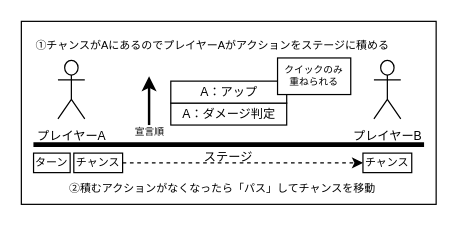
Earlier version of the draw.io diagram source/common/images/action-request1.drawio (BlackPoker/BlackPoker). Source tidied: cells renumbered, new cells numbered last; positions are measured from the earlier drawing's top-left corner, leaving out a move shared by most shapes. Both pictures are drawn from the tidied source at 122%, with x=0, y=0 at pixel (21, 21).
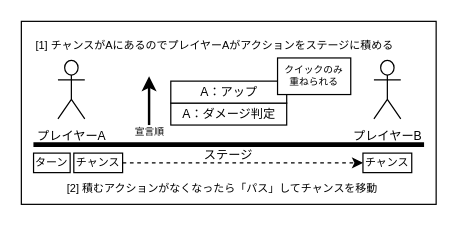
The same page after the edit.

Commit message (it also covers changes not shown here):
docs: add action request diagrams and exported assets

Diff of the diagram source:
```diff
@@
 <mxGraphModel>
   <root>
     <mxCell id="0" />
     <mxCell id="1" parent="0" />
     <mxCell id="2" style="rounded=0;whiteSpace=wrap;html=1;fillColor=#FFFFFF;strokeColor=#000000;gradientColor=none;" parent="1" vertex="1">
       <mxGeometry width="340" height="150" as="geometry" />
     </mxCell>
-    <mxCell id="3" value="&lt;span style=&quot;font-size: 9px;&quot;&gt;①チャンスがAにあるのでプレイヤーAがアクションをステージに積める&lt;/span&gt;" style="text;html=1;strokeColor=none;fillColor=none;align=left;verticalAlign=middle;whiteSpace=wrap;rounded=0;fontColor=#000000;fontSize=9;" parent="1" vertex="1">
+    <mxCell id="3" value="&lt;span style=&quot;font-size: 9px;&quot;&gt;[1] チャンスがAにあるのでプレイヤーAがアクションをステージに積める&lt;/span&gt;" style="text;html=1;strokeColor=none;fillColor=none;align=left;verticalAlign=middle;whiteSpace=wrap;rounded=0;fontColor=#000000;fontSize=9;" parent="1" vertex="1">
       <mxGeometry x="10" y="10" width="320" height="20" as="geometry" />
     </mxCell>
     <mxCell id="4" value="ステージ" style="text;html=1;strokeColor=none;fillColor=none;align=center;verticalAlign=middle;whiteSpace=wrap;rounded=0;fontSize=10;fontColor=#000000;" parent="1" vertex="1">
-      <mxGeometry x="145" y="103" width="50" height="15" as="geometry" />
+      <mxGeometry x="145" y="101" width="50" height="15" as="geometry" />
     </mxCell>
     <mxCell id="5" value="A：ダメージ判定" style="rounded=0;whiteSpace=wrap;html=1;fillColor=#FFFFFF;strokeColor=#000000;fontSize=10;fontColor=#000000;" parent="1" vertex="1">
       <mxGeometry x="122.5" y="67" width="95" height="18" as="geometry" />
     </mxCell>
     <mxCell id="6" value="A：アップ" style="rounded=0;whiteSpace=wrap;html=1;fillColor=#FFFFFF;strokeColor=#000000;fontSize=10;fontColor=#000000;" parent="1" vertex="1">
       <mxGeometry x="122.5" y="49" width="95" height="18" as="geometry" />
     </mxCell>
     <mxCell id="7" style="endArrow=classic;html=1;strokeColor=#000000;strokeWidth=2;" parent="1" edge="1">
       <mxGeometry relative="1" as="geometry">
         <mxPoint x="104.7" y="85" as="sourcePoint" />
         <mxPoint x="104.7" y="45" as="targetPoint" />
       </mxGeometry>
     </mxCell>
     <mxCell id="8" value="宣言順" style="text;html=1;strokeColor=none;fillColor=none;align=center;verticalAlign=middle;whiteSpace=wrap;rounded=0;fontSize=8;fontColor=#000000;" parent="1" vertex="1">
       <mxGeometry x="87.5" y="86" width="35" height="10" as="geometry" />
     </mxCell>
     <mxCell id="9" value="ターン" style="rounded=0;whiteSpace=wrap;html=1;fillColor=#FFFFFF;strokeColor=#000000;fontSize=9;fontColor=#000000;" parent="1" vertex="1">
       <mxGeometry x="10" y="108" width="30" height="16" as="geometry" />
     </mxCell>
     <mxCell id="10" value="チャンス" style="rounded=0;whiteSpace=wrap;html=1;fillColor=#FFFFFF;strokeColor=#000000;fontSize=9;fontColor=#000000;" parent="1" vertex="1">
       <mxGeometry x="43" y="108" width="40" height="16" as="geometry" />
     </mxCell>
     <mxCell id="11" style="endArrow=classic;html=1;strokeColor=#000000;strokeWidth=1;dashed=1;exitX=1;exitY=0.5;exitDx=0;exitDy=0;entryX=0;entryY=0.5;entryDx=0;entryDy=0;" parent="1" edge="1" source="10" target="12">
       <mxGeometry relative="1" as="geometry" />
     </mxCell>
     <mxCell id="12" value="チャンス" style="rounded=0;whiteSpace=wrap;html=1;fillColor=#FFFFFF;strokeColor=#000000;fontSize=9;fontColor=#000000;" parent="1" vertex="1">
       <mxGeometry x="280" y="108" width="40" height="16" as="geometry" />
     </mxCell>
-    <mxCell id="13" value="&lt;span style=&quot;font-size: 9px;&quot;&gt;②積むアクションがなくなったら「パス」してチャンスを移動&lt;/span&gt;" style="text;html=1;strokeColor=none;fillColor=none;align=center;verticalAlign=middle;whiteSpace=wrap;rounded=0;fontColor=#000000;fontSize=9;" parent="1" vertex="1">
+    <mxCell id="13" value="&lt;span style=&quot;text-align: left;&quot;&gt;[2]&amp;nbsp;&lt;/span&gt;&lt;span style=&quot;font-size: 9px;&quot;&gt;積むアクションがなくなったら「パス」してチャンスを移動&lt;/span&gt;" style="text;html=1;strokeColor=none;fillColor=none;align=center;verticalAlign=middle;whiteSpace=wrap;rounded=0;fontColor=#000000;fontSize=9;" parent="1" vertex="1">
       <mxGeometry x="10" y="130" width="310" height="14" as="geometry" />
     </mxCell>
     <mxCell id="14" style="endArrow=none;html=1;fontFamily=Nishiki-teki;fontColor=#000000;strokeColor=#000000;strokeWidth=4;exitX=0.029;exitY=0.706;exitDx=0;exitDy=0;exitPerimeter=0;entryX=0.971;entryY=0.706;entryDx=0;entryDy=0;entryPerimeter=0;" parent="1" edge="1">
       <mxGeometry relative="1" as="geometry">
         <mxPoint x="9.9" y="101" as="sourcePoint" />
         <mxPoint x="330.1" y="101" as="targetPoint" />
       </mxGeometry>
     </mxCell>
     <mxCell id="15" value="&lt;span style=&quot;font-family: Helvetica;&quot;&gt;クイックのみ&lt;/span&gt;&lt;br style=&quot;font-family: Helvetica;&quot;&gt;&lt;span style=&quot;font-family: Helvetica;&quot;&gt;重ねられる&lt;/span&gt;" style="text;html=1;strokeColor=#000000;fillColor=#FFFFFF;align=center;verticalAlign=middle;whiteSpace=wrap;rounded=0;fontFamily=Nishiki-teki;fontSize=8;fontColor=#000000;" parent="1" vertex="1">
       <mxGeometry x="210" y="30" width="60" height="30" as="geometry" />
     </mxCell>
     <mxCell id="16" value="&lt;font style=&quot;font-size: 10px;&quot; color=&quot;#000000&quot;&gt;プレイヤーB&lt;/font&gt;" style="shape=umlActor;verticalLabelPosition=bottom;verticalAlign=top;html=1;strokeColor=#000000;" parent="1" vertex="1">
       <mxGeometry x="289" y="32" width="22" height="48" as="geometry" />
     </mxCell>
     <mxCell id="17" value="&lt;font style=&quot;font-size: 10px;&quot; color=&quot;#000000&quot;&gt;プレイヤーA&lt;/font&gt;" style="shape=umlActor;verticalLabelPosition=bottom;verticalAlign=top;html=1;strokeColor=#000000;" parent="1" vertex="1">
       <mxGeometry x="30" y="32" width="22" height="48" as="geometry" />
     </mxCell>
   </root>
 </mxGraphModel>
```
